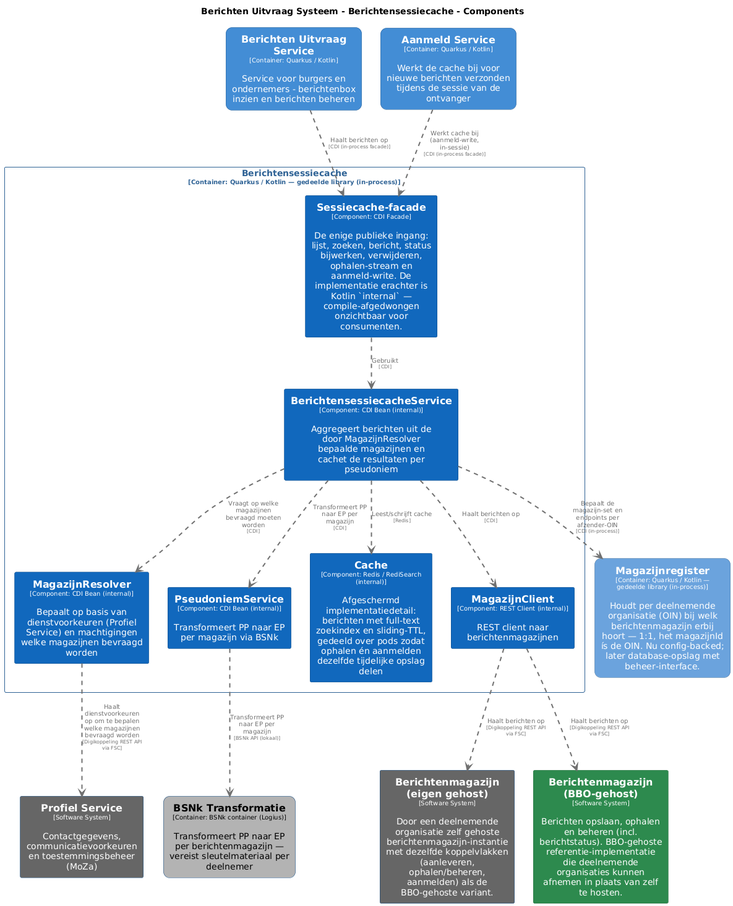
MinBZK/moza-poc-fbs-berichtenbox keeps this PlantUML diagram as master/png/BerichtensessiecacheComponenten.png. Above is the earlier version.
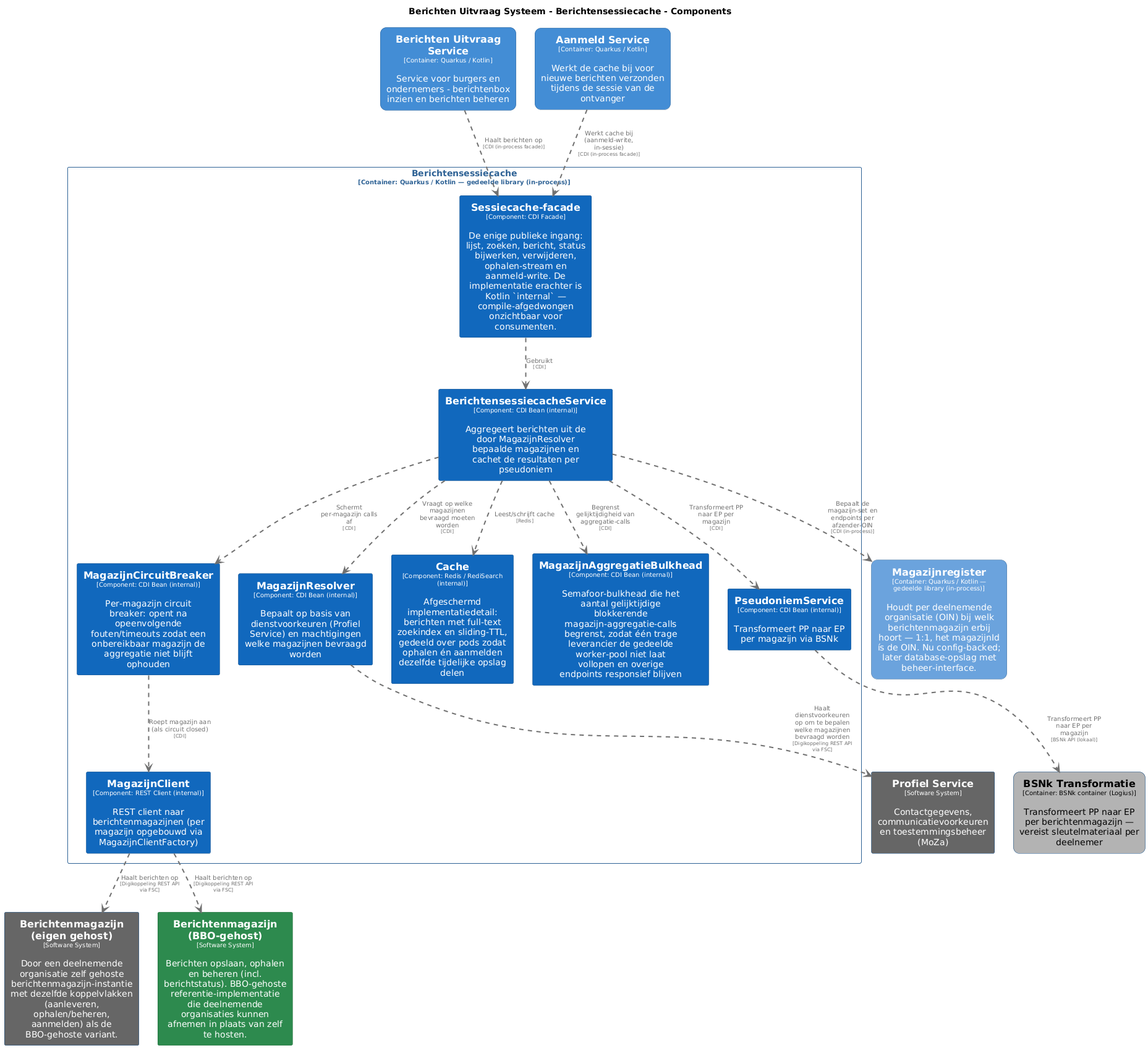
Later version of the same file.

Diff of the diagram source:
```diff
@@ -60,6 +60,18 @@
   BorderColor #0b4884
   shadowing false
 }
+skinparam rectangle<<BerichtenUitvraagSysteem.Berichtensessiecache.MagazijnAggregatieBulkhead>> {
+  BackgroundColor #1168bd
+  FontColor #ffffff
+  BorderColor #0b4884
+  shadowing false
+}
+skinparam rectangle<<BerichtenUitvraagSysteem.Berichtensessiecache.MagazijnCircuitBreaker>> {
+  BackgroundColor #1168bd
+  FontColor #ffffff
+  BorderColor #0b4884
+  shadowing false
+}
 skinparam rectangle<<BerichtenUitvraagSysteem.Berichtensessiecache.MagazijnClient>> {
   BackgroundColor #1168bd
   FontColor #ffffff
@@ -117,7 +129,9 @@
   rectangle "==PseudoniemService\n<size:10>[Component: CDI Bean (internal)]</size>\n\nTransformeert PP naar EP per magazijn via BSNk" <<BerichtenUitvraagSysteem.Berichtensessiecache.PseudoniemService>> as BerichtenUitvraagSysteem.Berichtensessiecache.PseudoniemService
   rectangle "==BerichtensessiecacheService\n<size:10>[Component: CDI Bean (internal)]</size>\n\nAggregeert berichten uit de door MagazijnResolver bepaalde magazijnen en cachet de resultaten per pseudoniem" <<BerichtenUitvraagSysteem.Berichtensessiecache.BerichtensessiecacheService>> as BerichtenUitvraagSysteem.Berichtensessiecache.BerichtensessiecacheService
   rectangle "==Cache\n<size:10>[Component: Redis / RediSearch (internal)]</size>\n\nAfgeschermd implementatiedetail: berichten met full-text zoekindex en sliding-TTL, gedeeld over pods zodat ophalen én aanmelden dezelfde tijdelijke opslag delen" <<BerichtenUitvraagSysteem.Berichtensessiecache.Cache>> as BerichtenUitvraagSysteem.Berichtensessiecache.Cache
-  rectangle "==MagazijnClient\n<size:10>[Component: REST Client (internal)]</size>\n\nREST client naar berichtenmagazijnen" <<BerichtenUitvraagSysteem.Berichtensessiecache.MagazijnClient>> as BerichtenUitvraagSysteem.Berichtensessiecache.MagazijnClient
+  rectangle "==MagazijnAggregatieBulkhead\n<size:10>[Component: CDI Bean (internal)]</size>\n\nSemafoor-bulkhead die het aantal gelijktijdige blokkerende magazijn-aggregatie-calls begrenst, zodat één trage leverancier de gedeelde worker-pool niet laat vollopen en overige endpoints responsief blijven" <<BerichtenUitvraagSysteem.Berichtensessiecache.MagazijnAggregatieBulkhead>> as BerichtenUitvraagSysteem.Berichtensessiecache.MagazijnAggregatieBulkhead
+  rectangle "==MagazijnCircuitBreaker\n<size:10>[Component: CDI Bean (internal)]</size>\n\nPer-magazijn circuit breaker: opent na opeenvolgende fouten/timeouts zodat een onbereikbaar magazijn de aggregatie niet blijft ophouden" <<BerichtenUitvraagSysteem.Berichtensessiecache.MagazijnCircuitBreaker>> as BerichtenUitvraagSysteem.Berichtensessiecache.MagazijnCircuitBreaker
+  rectangle "==MagazijnClient\n<size:10>[Component: REST Client (internal)]</size>\n\nREST client naar berichtenmagazijnen (per magazijn opgebouwd via MagazijnClientFactory)" <<BerichtenUitvraagSysteem.Berichtensessiecache.MagazijnClient>> as BerichtenUitvraagSysteem.Berichtensessiecache.MagazijnClient
 }
 
 BerichtenUitvraagSysteem.Berichtensessiecache.MagazijnClient .[#707070,thickness=2].> Berichtenmagazijneigengehost : "<color:#707070>Haalt berichten op\n<color:#707070><size:8>[Digikoppeling REST API via FSC]</size>"
@@ -127,7 +141,9 @@
 BerichtenUitvraagSysteem.Berichtensessiecache.BerichtensessiecacheService .[#707070,thickness=2].> BerichtenUitvraagSysteem.Berichtensessiecache.MagazijnResolver : "<color:#707070>Vraagt op welke magazijnen bevraagd moeten worden\n<color:#707070><size:8>[CDI]</size>"
 BerichtenUitvraagSysteem.Berichtensessiecache.BerichtensessiecacheService .[#707070,thickness=2].> BerichtenUitvraagSysteem.Berichtensessiecache.PseudoniemService : "<color:#707070>Transformeert PP naar EP per magazijn\n<color:#707070><size:8>[CDI]</size>"
 BerichtenUitvraagSysteem.Berichtensessiecache.BerichtensessiecacheService .[#707070,thickness=2].> BerichtenUitvraagSysteem.Berichtensessiecache.Cache : "<color:#707070>Leest/schrijft cache\n<color:#707070><size:8>[Redis]</size>"
-BerichtenUitvraagSysteem.Berichtensessiecache.BerichtensessiecacheService .[#707070,thickness=2].> BerichtenUitvraagSysteem.Berichtensessiecache.MagazijnClient : "<color:#707070>Haalt berichten op\n<color:#707070><size:8>[CDI]</size>"
+BerichtenUitvraagSysteem.Berichtensessiecache.BerichtensessiecacheService .[#707070,thickness=2].> BerichtenUitvraagSysteem.Berichtensessiecache.MagazijnAggregatieBulkhead : "<color:#707070>Begrenst gelijktijdigheid van aggregatie-calls\n<color:#707070><size:8>[CDI]</size>"
+BerichtenUitvraagSysteem.Berichtensessiecache.BerichtensessiecacheService .[#707070,thickness=2].> BerichtenUitvraagSysteem.Berichtensessiecache.MagazijnCircuitBreaker : "<color:#707070>Schermt per-magazijn calls af\n<color:#707070><size:8>[CDI]</size>"
+BerichtenUitvraagSysteem.Berichtensessiecache.MagazijnCircuitBreaker .[#707070,thickness=2].> BerichtenUitvraagSysteem.Berichtensessiecache.MagazijnClient : "<color:#707070>Roept magazijn aan (als circuit closed)\n<color:#707070><size:8>[CDI]</size>"
 BerichtenUitvraagSysteem.Berichtensessiecache.PseudoniemService .[#707070,thickness=2].> BerichtenUitvraagSysteem.BSNkTransformatie : "<color:#707070>Transformeert PP naar EP per magazijn\n<color:#707070><size:8>[BSNk API (lokaal)]</size>"
 BerichtenUitvraagSysteem.AanmeldService .[#707070,thickness=2].> BerichtenUitvraagSysteem.Berichtensessiecache.Sessiecachefacade : "<color:#707070>Werkt cache bij (aanmeld-write, in-sessie)\n<color:#707070><size:8>[CDI (in-process facade)]</size>"
 BerichtenUitvraagSysteem.BerichtenUitvraagService .[#707070,thickness=2].> BerichtenUitvraagSysteem.Berichtensessiecache.Sessiecachefacade : "<color:#707070>Haalt berichten op\n<color:#707070><size:8>[CDI (in-process facade)]</size>"
```
